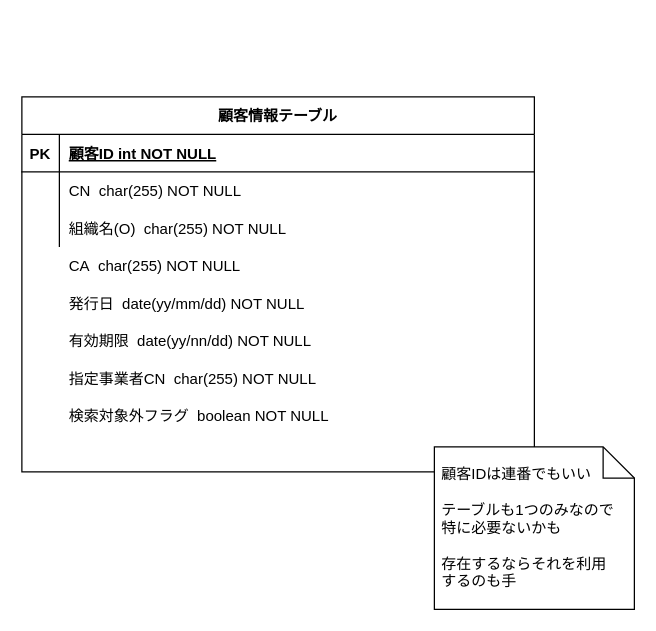
Before: ERDiagram.drawio in r-asano/kaihatsubuKenshu, a draw.io diagram. Source tidied: cells renumbered, new cells numbered last; positions are measured from the earlier drawing's top-left corner, leaving out a move shared by most shapes. Both pictures are drawn from the tidied source at 125%, with x=0, y=0 at pixel (21, 96).
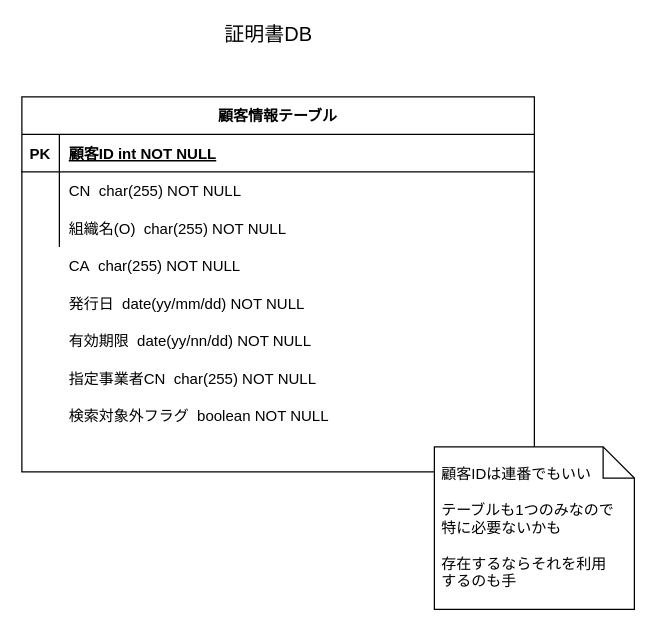
After the change.

Change to the diagram source:
```diff
@@
 <mxGraphModel>
   <root>
     <mxCell id="0" />
     <mxCell id="1" parent="0" />
     <mxCell id="2" value="顧客情報テーブル" style="shape=table;startSize=30;childLayout=tableLayout;rowLines=0;fontStyle=1;align=center;" parent="1" vertex="1">
       <mxGeometry width="410" height="300" as="geometry" />
     </mxCell>
     <mxCell id="3" style="shape=partialRectangle;fillColor=none;top=0;left=0;right=0;bottom=1;" parent="2" vertex="1">
       <mxGeometry y="30" width="410" height="30" as="geometry" />
     </mxCell>
     <mxCell id="4" value="PK" style="shape=partialRectangle;overflow=hidden;fillColor=none;top=0;left=0;bottom=0;right=0;fontStyle=1;" parent="3" vertex="1">
       <mxGeometry width="30" height="30" as="geometry" />
     </mxCell>
     <mxCell id="5" value="顧客ID int NOT NULL " style="shape=partialRectangle;overflow=hidden;fillColor=none;top=0;left=0;bottom=0;right=0;align=left;spacingLeft=6;fontStyle=5;" parent="3" vertex="1">
       <mxGeometry x="30" width="380" height="30" as="geometry" />
     </mxCell>
     <mxCell id="6" style="shape=partialRectangle;fillColor=none;top=0;left=0;right=0;bottom=0;" parent="2" vertex="1">
       <mxGeometry y="60" width="410" height="30" as="geometry" />
     </mxCell>
     <mxCell id="7" style="shape=partialRectangle;overflow=hidden;fillColor=none;top=0;left=0;bottom=0;right=0;" parent="6" vertex="1">
       <mxGeometry width="30" height="30" as="geometry" />
     </mxCell>
     <mxCell id="8" value="CN  char(255) NOT NULL" style="shape=partialRectangle;overflow=hidden;fillColor=none;top=0;left=0;bottom=0;right=0;align=left;spacingLeft=6;" parent="6" vertex="1">
       <mxGeometry x="30" width="380" height="30" as="geometry" />
     </mxCell>
     <mxCell id="9" style="shape=partialRectangle;fillColor=none;top=0;left=0;right=0;bottom=0;" parent="2" vertex="1">
       <mxGeometry y="90" width="410" height="30" as="geometry" />
     </mxCell>
     <mxCell id="10" style="shape=partialRectangle;overflow=hidden;fillColor=none;top=0;left=0;bottom=0;right=0;" parent="9" vertex="1">
       <mxGeometry width="30" height="30" as="geometry" />
     </mxCell>
     <mxCell id="11" value="組織名(O)  char(255) NOT NULL" style="shape=partialRectangle;overflow=hidden;fillColor=none;top=0;left=0;bottom=0;right=0;align=left;spacingLeft=6;" parent="9" vertex="1">
       <mxGeometry x="30" width="380" height="30" as="geometry" />
     </mxCell>
     <mxCell id="12" value="CA  char(255) NOT NULL" style="shape=partialRectangle;overflow=hidden;fillColor=none;top=0;left=0;bottom=0;right=0;align=left;spacingLeft=6;" parent="1" vertex="1">
       <mxGeometry x="30" y="120" width="380" height="30" as="geometry" />
     </mxCell>
     <mxCell id="13" value=" 発行日  date(yy/mm/dd) NOT NULL" style="shape=partialRectangle;overflow=hidden;fillColor=none;top=0;left=0;bottom=0;right=0;align=left;spacingLeft=6;" parent="1" vertex="1">
       <mxGeometry x="30" y="150" width="380" height="30" as="geometry" />
     </mxCell>
     <mxCell id="14" value="有効期限  date(yy/nn/dd) NOT NULL" style="shape=partialRectangle;overflow=hidden;fillColor=none;top=0;left=0;bottom=0;right=0;align=left;spacingLeft=6;" parent="1" vertex="1">
       <mxGeometry x="30" y="180" width="380" height="30" as="geometry" />
     </mxCell>
     <mxCell id="15" value="指定事業者CN  char(255) NOT NULL" style="shape=partialRectangle;overflow=hidden;fillColor=none;top=0;left=0;bottom=0;right=0;align=left;spacingLeft=6;" parent="1" vertex="1">
       <mxGeometry x="30" y="210" width="380" height="30" as="geometry" />
     </mxCell>
     <mxCell id="16" value="検索対象外フラグ  boolean NOT NULL" style="shape=partialRectangle;overflow=hidden;fillColor=none;top=0;left=0;bottom=0;right=0;align=left;spacingLeft=6;" parent="1" vertex="1">
       <mxGeometry x="30" y="240" width="380" height="30" as="geometry" />
     </mxCell>
     <mxCell id="17" style="shape=note2;size=25;html=1;" parent="1" vertex="1">
       <mxGeometry x="330" y="280" width="160" height="130" as="geometry" />
     </mxCell>
     <mxCell id="18" value="&lt;div&gt;顧客IDは連番でもいい&lt;/div&gt;&lt;div&gt;&lt;br&gt;&lt;/div&gt;&lt;div&gt;テーブルも1つのみなので&lt;/div&gt;&lt;div&gt;特に必要ないかも&lt;/div&gt;&lt;div&gt;&lt;br&gt;&lt;/div&gt;&lt;div&gt;存在するならそれを利用&lt;br&gt;するのも手&lt;br&gt;&lt;/div&gt;" style="text;html=1;strokeColor=none;fillColor=none;align=left;verticalAlign=middle;spacingLeft=4;spacingRight=4;overflow=hidden;" parent="17" vertex="1">
       <mxGeometry width="160" height="130" as="geometry" />
     </mxCell>
+    <mxCell id="19" value="&lt;font style=&quot;font-size: 16px&quot;&gt;証明書DB&lt;/font&gt;" style="text;html=1;strokeColor=none;fillColor=none;align=center;verticalAlign=middle;whiteSpace=wrap;rounded=0;" parent="1" vertex="1">
+      <mxGeometry x="150" y="-60" width="95" height="20" as="geometry" />
+    </mxCell>
   </root>
 </mxGraphModel>
```
